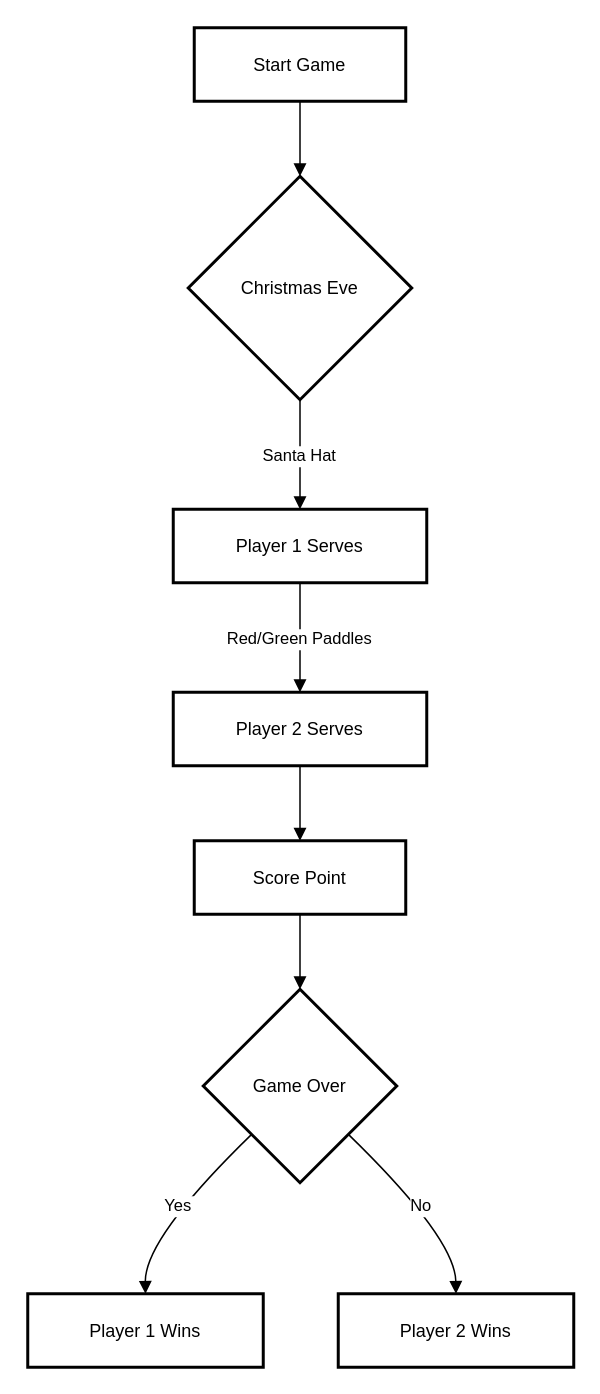
Earlier version of the draw.io diagram Untitled Diagram.drawio (kidkicksam76/EPIC-project-PONG). Source tidied: cells renumbered, new cells numbered last; positions are measured from the earlier drawing's top-left corner, leaving out a move shared by most shapes. Both pictures are drawn from the tidied source at 150%, with x=0, y=0 at pixel (27, 27).
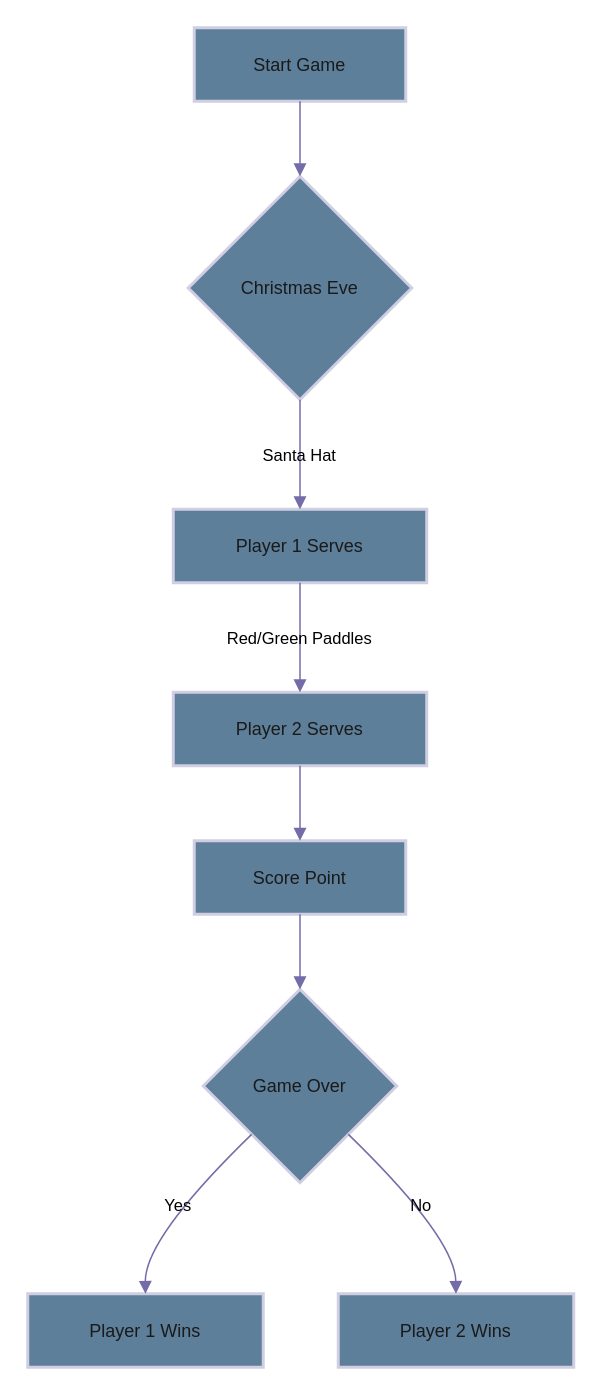
The same page after the edit.

What changed in the source:
```diff
@@
 <mxGraphModel>
   <root>
     <mxCell id="0" />
     <mxCell id="1" parent="0" />
-    <mxCell id="2" value="Start Game" style="whiteSpace=wrap;strokeWidth=2;" parent="1" vertex="1">
+    <mxCell id="2" value="Start Game" style="whiteSpace=wrap;strokeWidth=2;labelBackgroundColor=none;fillColor=#5D7F99;strokeColor=#D0CEE2;fontColor=#1A1A1A;" parent="1" vertex="1">
       <mxGeometry x="111" width="141" height="49" as="geometry" />
     </mxCell>
-    <mxCell id="3" value="Christmas Eve" style="rhombus;strokeWidth=2;whiteSpace=wrap;" parent="1" vertex="1">
+    <mxCell id="3" value="Christmas Eve" style="rhombus;strokeWidth=2;whiteSpace=wrap;labelBackgroundColor=none;fillColor=#5D7F99;strokeColor=#D0CEE2;fontColor=#1A1A1A;" parent="1" vertex="1">
       <mxGeometry x="107" y="99" width="149" height="149" as="geometry" />
     </mxCell>
-    <mxCell id="4" value="Player 1 Serves" style="whiteSpace=wrap;strokeWidth=2;" parent="1" vertex="1">
+    <mxCell id="4" value="Player 1 Serves" style="whiteSpace=wrap;strokeWidth=2;labelBackgroundColor=none;fillColor=#5D7F99;strokeColor=#D0CEE2;fontColor=#1A1A1A;" parent="1" vertex="1">
       <mxGeometry x="97" y="321" width="169" height="49" as="geometry" />
     </mxCell>
-    <mxCell id="5" value="Player 2 Serves" style="whiteSpace=wrap;strokeWidth=2;" parent="1" vertex="1">
+    <mxCell id="5" value="Player 2 Serves" style="whiteSpace=wrap;strokeWidth=2;labelBackgroundColor=none;fillColor=#5D7F99;strokeColor=#D0CEE2;fontColor=#1A1A1A;" parent="1" vertex="1">
       <mxGeometry x="97" y="443" width="169" height="49" as="geometry" />
     </mxCell>
-    <mxCell id="6" value="Score Point" style="whiteSpace=wrap;strokeWidth=2;" parent="1" vertex="1">
+    <mxCell id="6" value="Score Point" style="whiteSpace=wrap;strokeWidth=2;labelBackgroundColor=none;fillColor=#5D7F99;strokeColor=#D0CEE2;fontColor=#1A1A1A;" parent="1" vertex="1">
       <mxGeometry x="111" y="542" width="141" height="49" as="geometry" />
     </mxCell>
-    <mxCell id="7" value="Game Over" style="rhombus;strokeWidth=2;whiteSpace=wrap;" parent="1" vertex="1">
+    <mxCell id="7" value="Game Over" style="rhombus;strokeWidth=2;whiteSpace=wrap;labelBackgroundColor=none;fillColor=#5D7F99;strokeColor=#D0CEE2;fontColor=#1A1A1A;" parent="1" vertex="1">
       <mxGeometry x="117" y="641" width="129" height="129" as="geometry" />
     </mxCell>
-    <mxCell id="8" value="Player 1 Wins" style="whiteSpace=wrap;strokeWidth=2;" parent="1" vertex="1">
+    <mxCell id="8" value="Player 1 Wins" style="whiteSpace=wrap;strokeWidth=2;labelBackgroundColor=none;fillColor=#5D7F99;strokeColor=#D0CEE2;fontColor=#1A1A1A;" parent="1" vertex="1">
       <mxGeometry y="844" width="157" height="49" as="geometry" />
     </mxCell>
-    <mxCell id="9" value="Player 2 Wins" style="whiteSpace=wrap;strokeWidth=2;" parent="1" vertex="1">
+    <mxCell id="9" value="Player 2 Wins" style="whiteSpace=wrap;strokeWidth=2;labelBackgroundColor=none;fillColor=#5D7F99;strokeColor=#D0CEE2;fontColor=#1A1A1A;" parent="1" vertex="1">
       <mxGeometry x="207" y="844" width="157" height="49" as="geometry" />
     </mxCell>
-    <mxCell id="10" style="curved=1;startArrow=none;endArrow=block;exitX=0.5;exitY=1;entryX=0.5;entryY=0;" parent="1" edge="1" source="2" target="3">
+    <mxCell id="10" style="curved=1;startArrow=none;endArrow=block;exitX=0.5;exitY=1;entryX=0.5;entryY=0;labelBackgroundColor=none;strokeColor=#736CA8;fontColor=default;" parent="1" edge="1" source="2" target="3">
       <mxGeometry relative="1" as="geometry" />
     </mxCell>
-    <mxCell id="11" value="Santa Hat" style="curved=1;startArrow=none;endArrow=block;exitX=0.5;exitY=1;entryX=0.5;entryY=0.01;" parent="1" edge="1" source="3" target="4">
+    <mxCell id="11" value="Santa Hat" style="curved=1;startArrow=none;endArrow=block;exitX=0.5;exitY=1;entryX=0.5;entryY=0.01;labelBackgroundColor=none;strokeColor=#736CA8;fontColor=default;" parent="1" edge="1" source="3" target="4">
       <mxGeometry relative="1" as="geometry" />
     </mxCell>
-    <mxCell id="12" value="Red/Green Paddles" style="curved=1;startArrow=none;endArrow=block;exitX=0.5;exitY=1.01;entryX=0.5;entryY=0.01;" parent="1" edge="1" source="4" target="5">
+    <mxCell id="12" value="Red/Green Paddles" style="curved=1;startArrow=none;endArrow=block;exitX=0.5;exitY=1.01;entryX=0.5;entryY=0.01;labelBackgroundColor=none;strokeColor=#736CA8;fontColor=default;" parent="1" edge="1" source="4" target="5">
       <mxGeometry relative="1" as="geometry" />
     </mxCell>
-    <mxCell id="13" style="curved=1;startArrow=none;endArrow=block;exitX=0.5;exitY=1.01;entryX=0.5;entryY=0.01;" parent="1" edge="1" source="5" target="6">
+    <mxCell id="13" style="curved=1;startArrow=none;endArrow=block;exitX=0.5;exitY=1.01;entryX=0.5;entryY=0.01;labelBackgroundColor=none;strokeColor=#736CA8;fontColor=default;" parent="1" edge="1" source="5" target="6">
       <mxGeometry relative="1" as="geometry" />
     </mxCell>
-    <mxCell id="14" style="curved=1;startArrow=none;endArrow=block;exitX=0.5;exitY=1.01;entryX=0.5;entryY=0;" parent="1" edge="1" source="6" target="7">
+    <mxCell id="14" style="curved=1;startArrow=none;endArrow=block;exitX=0.5;exitY=1.01;entryX=0.5;entryY=0;labelBackgroundColor=none;strokeColor=#736CA8;fontColor=default;" parent="1" edge="1" source="6" target="7">
       <mxGeometry relative="1" as="geometry" />
     </mxCell>
-    <mxCell id="15" value="Yes" style="curved=1;startArrow=none;endArrow=block;exitX=0;exitY=1;entryX=0.5;entryY=-0.01;" parent="1" edge="1" source="7" target="8">
+    <mxCell id="15" value="Yes" style="curved=1;startArrow=none;endArrow=block;exitX=0;exitY=1;entryX=0.5;entryY=-0.01;labelBackgroundColor=none;strokeColor=#736CA8;fontColor=default;" parent="1" edge="1" source="7" target="8">
       <mxGeometry relative="1" as="geometry">
         <Array as="points">
           <mxPoint x="78" y="807" />
         </Array>
       </mxGeometry>
     </mxCell>
-    <mxCell id="16" value="No" style="curved=1;startArrow=none;endArrow=block;exitX=1;exitY=1;entryX=0.5;entryY=-0.01;" parent="1" edge="1" source="7" target="9">
+    <mxCell id="16" value="No" style="curved=1;startArrow=none;endArrow=block;exitX=1;exitY=1;entryX=0.5;entryY=-0.01;labelBackgroundColor=none;strokeColor=#736CA8;fontColor=default;" parent="1" edge="1" source="7" target="9">
       <mxGeometry relative="1" as="geometry">
         <Array as="points">
           <mxPoint x="285" y="807" />
         </Array>
       </mxGeometry>
     </mxCell>
   </root>
 </mxGraphModel>
```
